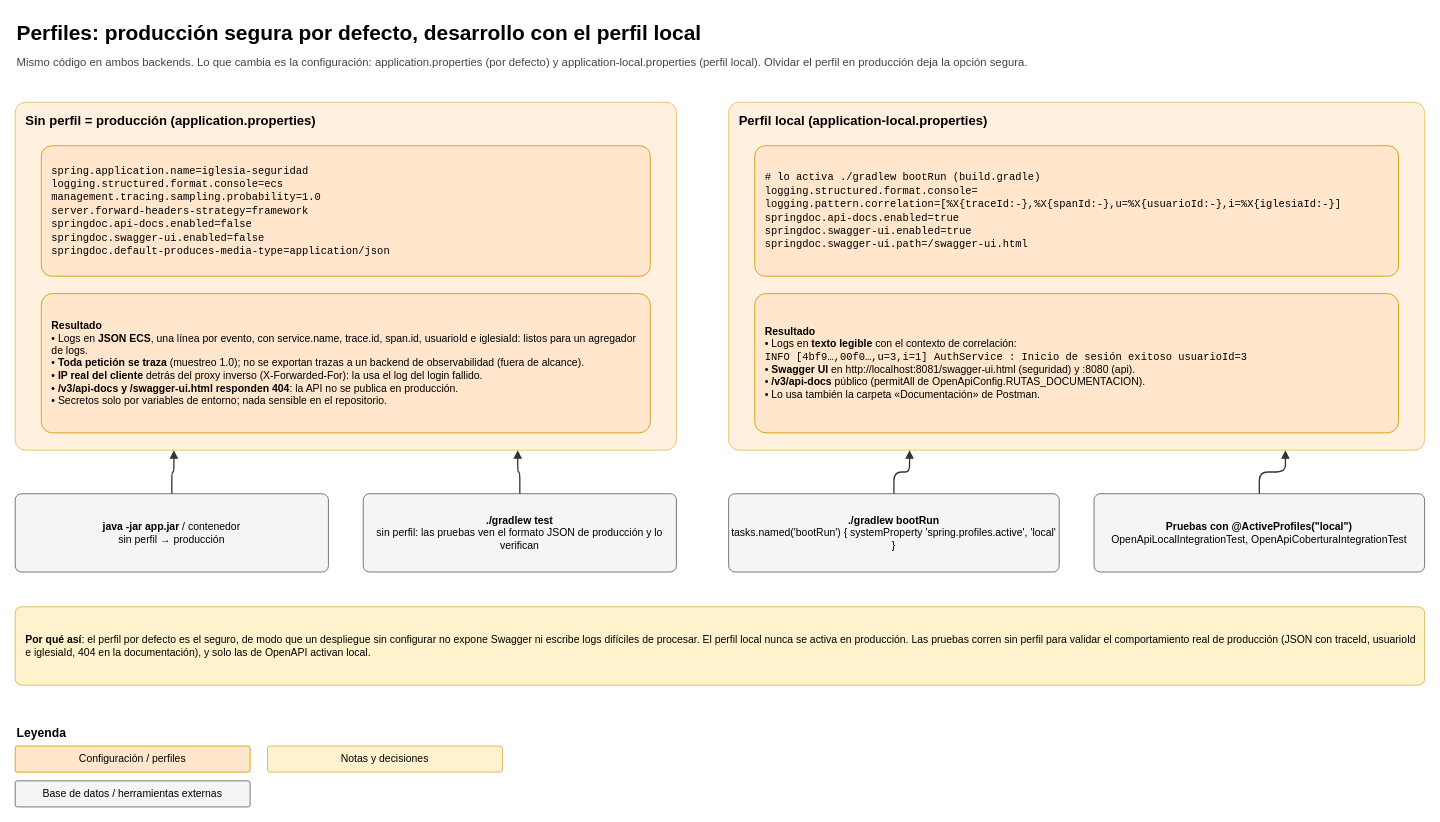
Before: page "3. Perfiles local y por defecto" (3 of 4) of diagramas/spec-03-documentacion-openapi-y-trazabilidad.drawio in jeyson1802/sistema-iglesia, a draw.io diagram. Source tidied: cells renumbered, new cells numbered last; positions are measured from the earlier drawing's top-left corner, leaving out a move shared by most shapes. Both pictures are drawn from the tidied source at 87%, with x=0, y=0 at pixel (15, 15).
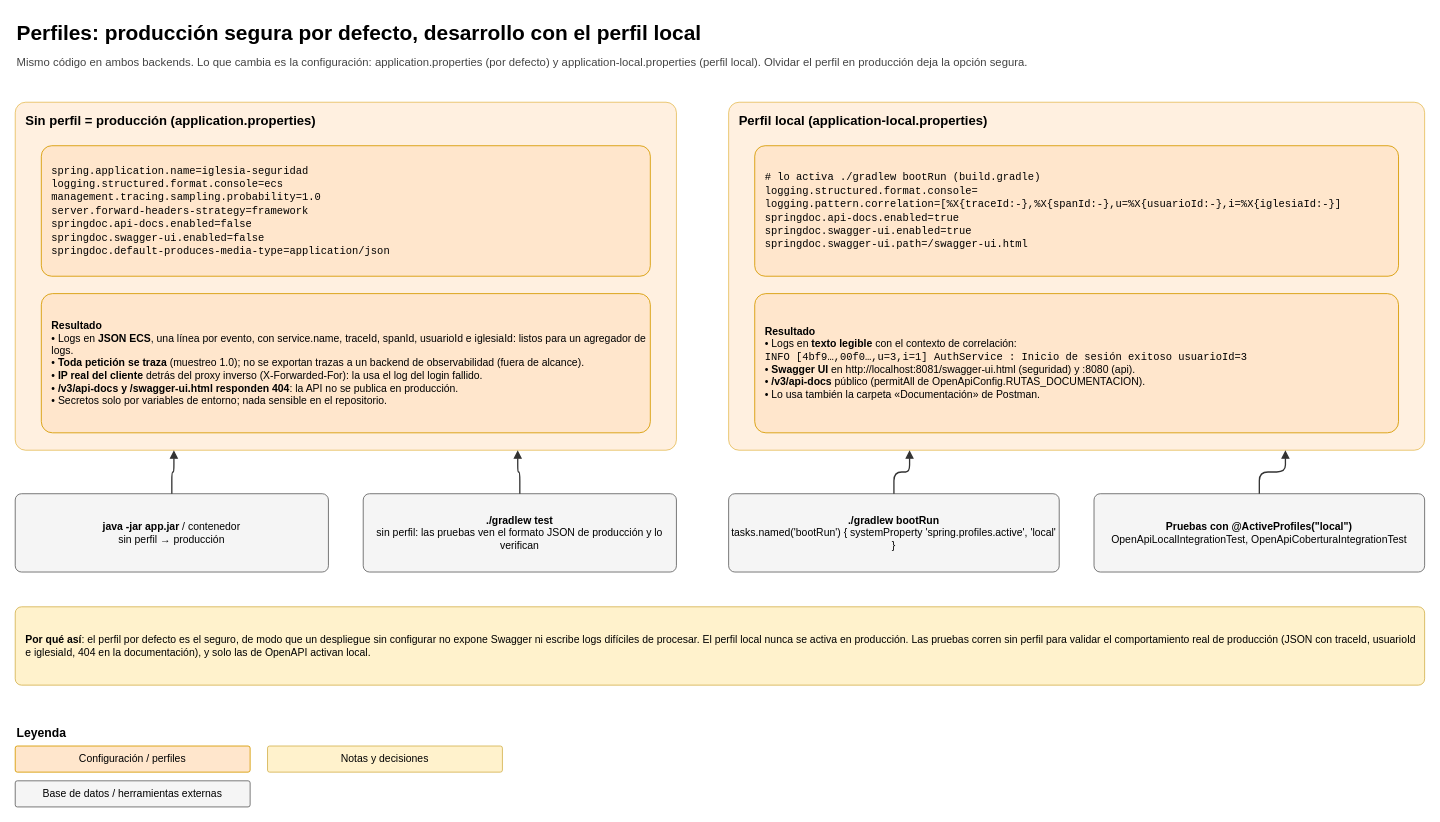
Above is the later version.

Commit message (it also covers changes not shown here):
Actualiza la etiqueta OpenAPI de JwksController a "Infraestructura" y mejora la descripción. Corrige la documentación sobre el formato de logs JSON y la estructura de la colección de Postman.

Change to the diagram source:
```diff
@@
-    <mxCell id="6" value="&lt;b&gt;Resultado&lt;/b&gt;&lt;br&gt;• Logs en &lt;b&gt;JSON ECS&lt;/b&gt;, una línea por evento, con service.name, trace.id, span.id, usuarioId e iglesiaId: listos para un agregador de logs.&lt;br&gt;• &lt;b&gt;Toda petición se traza&lt;/b&gt; (muestreo 1.0); no se exportan trazas a un backend de observabilidad (fuera de alcance).&lt;br&gt;• &lt;b&gt;IP real del cliente&lt;/b&gt; detrás del proxy inverso (X-Forwarded-For): la usa el log del login fallido.&lt;br&gt;• &lt;b&gt;/v3/api-docs y /swagger-ui.html responden 404&lt;/b&gt;: la API no se publica en producción.&lt;br&gt;• Secretos solo por variables de entorno; nada sensible en el repositorio." style="rounded=1;whiteSpace=wrap;html=1;fillColor=#ffe6cc;strokeColor=#d79b00;arcSize=8;fontSize=12;align=left;spacingLeft=10;" parent="1" vertex="1">
+    <mxCell id="6" value="&lt;b&gt;Resultado&lt;/b&gt;&lt;br&gt;• Logs en &lt;b&gt;JSON ECS&lt;/b&gt;, una línea por evento, con service.name, traceId, spanId, usuarioId e iglesiaId: listos para un agregador de logs.&lt;br&gt;• &lt;b&gt;Toda petición se traza&lt;/b&gt; (muestreo 1.0); no se exportan trazas a un backend de observabilidad (fuera de alcance).&lt;br&gt;• &lt;b&gt;IP real del cliente&lt;/b&gt; detrás del proxy inverso (X-Forwarded-For): la usa el log del login fallido.&lt;br&gt;• &lt;b&gt;/v3/api-docs y /swagger-ui.html responden 404&lt;/b&gt;: la API no se publica en producción.&lt;br&gt;• Secretos solo por variables de entorno; nada sensible en el repositorio." style="rounded=1;whiteSpace=wrap;html=1;fillColor=#ffe6cc;strokeColor=#d79b00;arcSize=8;fontSize=12;align=left;spacingLeft=10;" parent="1" vertex="1">
       <mxGeometry x="30" y="320" width="700" height="160" as="geometry" />
     </mxCell>
```
